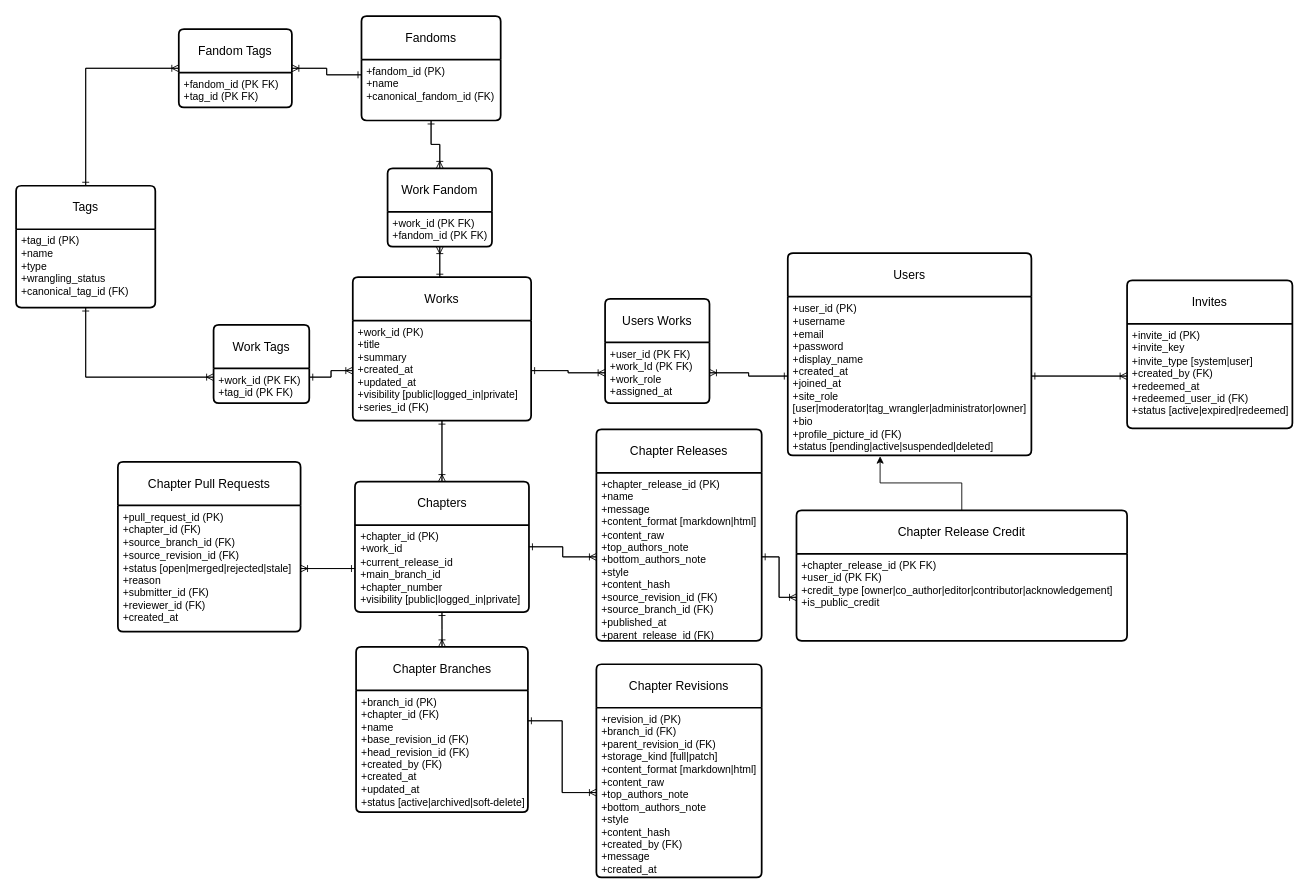
This is docs/Fick ERD.drawio from Metacreatives/Fick, a draw.io file, before an edit. Source tidied: cells renumbered, new cells numbered last; positions are measured from the earlier drawing's top-left corner, leaving out a move shared by most shapes. Both pictures are drawn from the tidied source at 87%, with x=0, y=0 at pixel (16, 16).
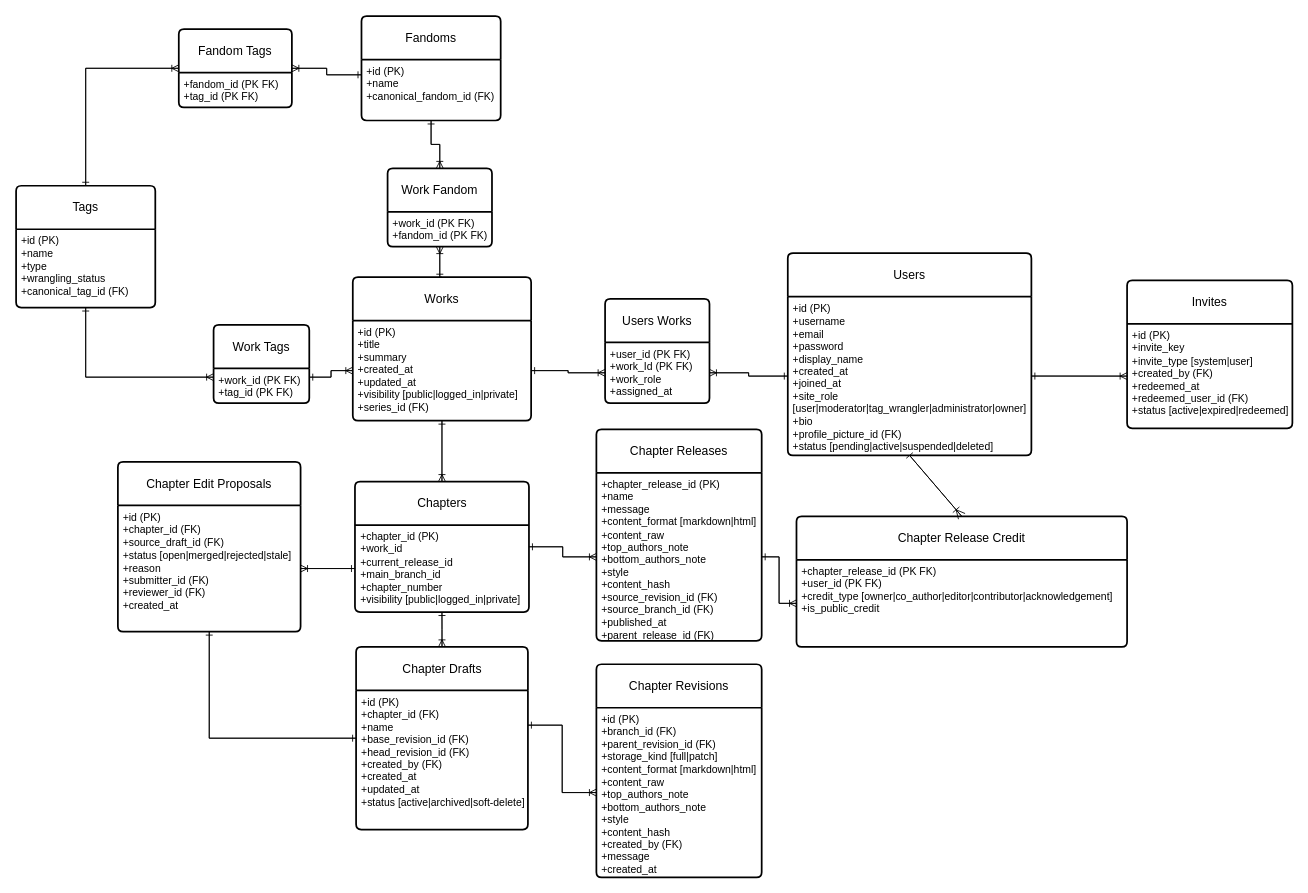
After the change.

The change refers to these unchanged cells:
```xml
<mxCell id="2" value="Users" style="swimlane;horizontal=1;startSize=50;rounded=1;fontSize=14;fontStyle=0;strokeWidth=2;shadow=0;dashed=0;align=center;arcSize=4;whiteSpace=wrap;html=1;" parent="1" vertex="1">
  <mxGeometry x="887" y="272.5" width="280" height="232.5" as="geometry" />
</mxCell>
<mxCell id="4" value="Invites" style="swimlane;horizontal=1;startSize=50;rounded=1;fontSize=14;fontStyle=0;strokeWidth=2;shadow=0;dashed=0;align=center;arcSize=4;whiteSpace=wrap;html=1;" parent="1" vertex="1">
  <mxGeometry x="1277" y="303.8" width="190" height="170" as="geometry" />
</mxCell>
<mxCell id="9" value="Works" style="swimlane;horizontal=1;startSize=50;rounded=1;fontSize=14;fontStyle=0;strokeWidth=2;shadow=0;dashed=0;align=center;arcSize=4;whiteSpace=wrap;html=1;" parent="1" vertex="1">
  <mxGeometry x="387" y="300" width="205" height="165" as="geometry" />
</mxCell>
<mxCell id="25" value="Chapter Revisions" style="swimlane;horizontal=1;startSize=50;rounded=1;fontSize=14;fontStyle=0;strokeWidth=2;shadow=0;dashed=0;align=center;arcSize=4;whiteSpace=wrap;html=1;" parent="1" vertex="1">
  <mxGeometry x="667" y="745" width="190" height="245" as="geometry" />
</mxCell>
<mxCell id="47" value="Tags" style="swimlane;horizontal=1;startSize=50;rounded=1;fontSize=14;fontStyle=0;strokeWidth=2;shadow=0;dashed=0;align=center;arcSize=4;whiteSpace=wrap;html=1;" parent="1" vertex="1">
  <mxGeometry y="195" width="160" height="140" as="geometry" />
</mxCell>
<mxCell id="49" value="Fandoms" style="swimlane;horizontal=1;startSize=50;rounded=1;fontSize=14;fontStyle=0;strokeWidth=2;shadow=0;dashed=0;align=center;arcSize=4;whiteSpace=wrap;html=1;" parent="1" vertex="1">
  <mxGeometry x="397" width="160" height="120" as="geometry" />
</mxCell>
```

What changed in the source:
```diff
@@
-    <mxCell id="3" value="+user_id (PK)&lt;br&gt;+username&lt;div&gt;+email&lt;/div&gt;&lt;div&gt;+password&lt;br&gt;+display_name&lt;/div&gt;&lt;div&gt;+created_at&lt;/div&gt;&lt;div&gt;+joined_at&lt;br&gt;+site_role [user|moderator|tag_wrangler|administrator|owner]&lt;br&gt;+bio&lt;br&gt;+profile_picture_id (FK)&lt;br&gt;+status [pending|active|suspended|deleted]&lt;/div&gt;" style="align=left;strokeColor=none;fillColor=none;spacingLeft=4;spacingRight=4;fontSize=12;verticalAlign=top;html=1;whiteSpace=wrap;" parent="2" vertex="1">
+    <mxCell id="3" value="+id (PK)&lt;br&gt;+username&lt;div&gt;+email&lt;/div&gt;&lt;div&gt;+password&lt;br&gt;+display_name&lt;/div&gt;&lt;div&gt;+created_at&lt;/div&gt;&lt;div&gt;+joined_at&lt;br&gt;+site_role [user|moderator|tag_wrangler|administrator|owner]&lt;br&gt;+bio&lt;br&gt;+profile_picture_id (FK)&lt;br&gt;+status [pending|active|suspended|deleted]&lt;/div&gt;" style="align=left;strokeColor=none;fillColor=none;spacingLeft=4;spacingRight=4;fontSize=12;verticalAlign=top;html=1;whiteSpace=wrap;" parent="2" vertex="1">
       <mxGeometry y="50" width="280" height="182.5" as="geometry" />
     </mxCell>
@@
-    <mxCell id="5" value="+invite_id (PK)&lt;br&gt;+invite_key&lt;br&gt;+invite_type [system|user]&lt;br&gt;+created_by (FK)&lt;div&gt;+redeemed_at&lt;br&gt;+redeemed_user_id (FK)&lt;/div&gt;&lt;div&gt;+status [active|expired|redeemed]&lt;/div&gt;" style="align=left;strokeColor=none;fillColor=none;spacingLeft=4;spacingRight=4;fontSize=12;verticalAlign=top;html=1;whiteSpace=wrap;" parent="4" vertex="1">
+    <mxCell id="5" value="+id (PK)&lt;br&gt;+invite_key&lt;br&gt;+invite_type [system|user]&lt;br&gt;+created_by (FK)&lt;div&gt;+redeemed_at&lt;br&gt;+redeemed_user_id (FK)&lt;/div&gt;&lt;div&gt;+status [active|expired|redeemed]&lt;/div&gt;" style="align=left;strokeColor=none;fillColor=none;spacingLeft=4;spacingRight=4;fontSize=12;verticalAlign=top;html=1;whiteSpace=wrap;" parent="4" vertex="1">
       <mxGeometry y="50" width="190" height="120" as="geometry" />
     </mxCell>
@@
-    <mxCell id="10" value="+work_id (PK)&lt;div&gt;+title&lt;br&gt;+summary&lt;br&gt;+created_at&lt;br&gt;+updated_at&lt;br&gt;+visibility [public|logged_in|private]&lt;br&gt;+series_id (FK)&lt;br&gt;&lt;br&gt;&lt;br&gt;&lt;/div&gt;" style="align=left;strokeColor=none;fillColor=none;spacingLeft=4;spacingRight=4;fontSize=12;verticalAlign=top;html=1;whiteSpace=wrap;" parent="9" vertex="1">
+    <mxCell id="10" value="+&lt;span style=&quot;background-color: transparent; color: light-dark(rgb(0, 0, 0), rgb(255, 255, 255));&quot;&gt;id (PK)&lt;/span&gt;&lt;div&gt;&lt;div&gt;+title&lt;br&gt;+summary&lt;br&gt;+created_at&lt;br&gt;+updated_at&lt;br&gt;+visibility [public|logged_in|private]&lt;br&gt;+series_id (FK)&lt;br&gt;&lt;br&gt;&lt;br&gt;&lt;/div&gt;&lt;/div&gt;" style="align=left;strokeColor=none;fillColor=none;spacingLeft=4;spacingRight=4;fontSize=12;verticalAlign=top;html=1;whiteSpace=wrap;" parent="9" vertex="1">
       <mxGeometry y="50" width="205" height="115" as="geometry" />
     </mxCell>
@@
+    <mxCell id="63" style="edgeStyle=orthogonalEdgeStyle;rounded=0;jettySize=auto;html=1;exitX=0;exitY=0.5;exitDx=0;exitDy=0;entryX=0.5;entryY=1;entryDx=0;entryDy=0;endArrow=ERone;endFill=0;" parent="1" edge="1" source="23" target="30">
+      <mxGeometry relative="1" as="geometry" />
+    </mxCell>
-    <mxCell id="23" value="Chapter Branches" style="swimlane;horizontal=1;startSize=50;rounded=1;fontSize=14;fontStyle=0;strokeWidth=2;shadow=0;dashed=0;align=center;arcSize=4;whiteSpace=wrap;html=1;" parent="1" vertex="1">
-      <mxGeometry x="390.8" y="725" width="197.5" height="190" as="geometry" />
+    <mxCell id="23" value="Chapter Drafts" style="swimlane;horizontal=1;startSize=50;rounded=1;fontSize=14;fontStyle=0;strokeWidth=2;shadow=0;dashed=0;align=center;arcSize=4;whiteSpace=wrap;html=1;" parent="1" vertex="1">
+      <mxGeometry x="390.8" y="725" width="197.5" height="210" as="geometry" />
     </mxCell>
-    <mxCell id="24" value="+branch_id (PK)&lt;br&gt;+chapter_id (FK)&lt;br&gt;+name&lt;br&gt;+base_revision_id (FK)&lt;br&gt;+head_revision_id (FK)&lt;br&gt;&lt;div&gt;+created_by (FK)&lt;br&gt;+created_at&lt;br&gt;+updated_at&lt;br&gt;+status [active|archived|soft-delete]&lt;/div&gt;" style="align=left;strokeColor=none;fillColor=none;spacingLeft=4;spacingRight=4;fontSize=12;verticalAlign=top;html=1;whiteSpace=wrap;" parent="23" vertex="1">
-      <mxGeometry y="50" width="197.5" height="140" as="geometry" />
+    <mxCell id="24" value="+id (PK)&lt;br&gt;+chapter_id (FK)&lt;br&gt;+name&lt;br&gt;+base_revision_id (FK)&lt;br&gt;+head_revision_id (FK)&lt;br&gt;&lt;div&gt;+created_by (FK)&lt;br&gt;+created_at&lt;br&gt;+updated_at&lt;br&gt;+status [active|archived|soft-delete]&lt;/div&gt;" style="align=left;strokeColor=none;fillColor=none;spacingLeft=4;spacingRight=4;fontSize=12;verticalAlign=top;html=1;whiteSpace=wrap;" parent="23" vertex="1">
+      <mxGeometry y="50" width="197.5" height="160" as="geometry" />
     </mxCell>
@@
-    <mxCell id="26" value="+revision_id (PK)&lt;br&gt;+branch_id (FK)&lt;br&gt;+parent_revision_id (FK)&lt;br&gt;+storage_kind [full|patch]&lt;div&gt;&lt;div&gt;+content_format [markdown|html]&lt;/div&gt;&lt;div&gt;&lt;span style=&quot;background-color: transparent; color: light-dark(rgb(0, 0, 0), rgb(255, 255, 255));&quot;&gt;+content_raw&lt;/span&gt;&lt;/div&gt;&lt;div&gt;&lt;div&gt;+top_authors_note&lt;br&gt;+bottom_authors_note&lt;br&gt;+style&lt;br&gt;+content_hash&lt;br&gt;+created_by (FK)&lt;br&gt;+message&lt;br&gt;+created_at&lt;/div&gt;&lt;/div&gt;&lt;/div&gt;" style="align=left;strokeColor=none;fillColor=none;spacingLeft=4;spacingRight=4;fontSize=12;verticalAlign=top;html=1;whiteSpace=wrap;" parent="25" vertex="1">
+    <mxCell id="26" value="+id (PK)&lt;br&gt;+branch_id (FK)&lt;br&gt;+parent_revision_id (FK)&lt;br&gt;+storage_kind [full|patch]&lt;div&gt;&lt;div&gt;+content_format [markdown|html]&lt;/div&gt;&lt;div&gt;&lt;span style=&quot;background-color: transparent; color: light-dark(rgb(0, 0, 0), rgb(255, 255, 255));&quot;&gt;+content_raw&lt;/span&gt;&lt;/div&gt;&lt;div&gt;&lt;div&gt;+top_authors_note&lt;br&gt;+bottom_authors_note&lt;br&gt;+style&lt;br&gt;+content_hash&lt;br&gt;+created_by (FK)&lt;br&gt;+message&lt;br&gt;+created_at&lt;/div&gt;&lt;/div&gt;&lt;/div&gt;" style="align=left;strokeColor=none;fillColor=none;spacingLeft=4;spacingRight=4;fontSize=12;verticalAlign=top;html=1;whiteSpace=wrap;" parent="25" vertex="1">
       <mxGeometry y="50" width="190" height="195" as="geometry" />
     </mxCell>
@@
+    <mxCell id="64" style="edgeStyle=orthogonalEdgeStyle;rounded=0;jettySize=auto;html=1;exitX=0.5;exitY=1;exitDx=0;exitDy=0;entryX=0;entryY=0.5;entryDx=0;entryDy=0;endArrow=ERone;endFill=0;" parent="1" edge="1" source="30" target="23">
+      <mxGeometry relative="1" as="geometry" />
+    </mxCell>
-    <mxCell id="30" value="Chapter Pull Requests" style="swimlane;horizontal=1;startSize=50;rounded=1;fontSize=14;fontStyle=0;strokeWidth=2;shadow=0;dashed=0;align=center;arcSize=4;whiteSpace=wrap;html=1;" parent="1" vertex="1">
+    <mxCell id="30" value="Chapter Edit Proposals" style="swimlane;horizontal=1;startSize=50;rounded=1;fontSize=14;fontStyle=0;strokeWidth=2;shadow=0;dashed=0;align=center;arcSize=4;whiteSpace=wrap;html=1;" parent="1" vertex="1">
       <mxGeometry x="117" y="512.5" width="210" height="195" as="geometry" />
     </mxCell>
-    <mxCell id="31" value="+pull_request_id (PK)&lt;br&gt;+chapter_id (FK)&lt;br&gt;+source_branch_id (FK)&lt;br&gt;+source_revision_id (FK)&lt;div&gt;+status [open|merged|rejected|stale]&lt;br&gt;+reason&lt;br&gt;+submitter_id (FK)&lt;br&gt;+reviewer_id (FK)&lt;/div&gt;&lt;div&gt;+created_at&lt;br&gt;&lt;/div&gt;" style="align=left;strokeColor=none;fillColor=none;spacingLeft=4;spacingRight=4;fontSize=12;verticalAlign=top;html=1;whiteSpace=wrap;" parent="30" vertex="1">
+    <mxCell id="31" value="+id (PK)&lt;br&gt;+chapter_id (FK)&lt;br&gt;+source_draft_id (FK)&lt;br&gt;&lt;div&gt;+status [open|merged|rejected|stale]&lt;br&gt;+reason&lt;br&gt;+submitter_id (FK)&lt;br&gt;+reviewer_id (FK)&lt;/div&gt;&lt;div&gt;+created_at&lt;br&gt;&lt;/div&gt;" style="align=left;strokeColor=none;fillColor=none;spacingLeft=4;spacingRight=4;fontSize=12;verticalAlign=top;html=1;whiteSpace=wrap;" parent="30" vertex="1">
       <mxGeometry y="50" width="210" height="145" as="geometry" />
     </mxCell>
@@
+    <mxCell id="41" style="edgeStyle=none;curved=1;rounded=0;jettySize=auto;html=1;exitX=0.5;exitY=0;exitDx=0;exitDy=0;entryX=0.5;entryY=1;entryDx=0;entryDy=0;fontSize=12;startSize=8;endSize=8;endArrow=baseDash;endFill=0;" parent="1" edge="1" source="37" target="3">
+      <mxGeometry relative="1" as="geometry" />
+    </mxCell>
     <mxCell id="37" value="Chapter Release Credit" style="swimlane;horizontal=1;startSize=50;rounded=1;fontSize=14;fontStyle=0;strokeWidth=2;shadow=0;dashed=0;align=center;arcSize=4;whiteSpace=wrap;html=1;" parent="1" vertex="1">
-      <mxGeometry x="897" y="568.1" width="380" height="150" as="geometry" />
+      <mxGeometry x="897" y="575" width="380" height="150" as="geometry" />
     </mxCell>
@@
-    <mxCell id="41" style="edgeStyle=orthogonalEdgeStyle;rounded=0;jettySize=auto;html=1;exitX=0.5;exitY=0;exitDx=0;exitDy=0;entryX=0.379;entryY=1.005;entryDx=0;entryDy=0;entryPerimeter=0;" parent="1" edge="1" source="37" target="3">
-      <mxGeometry relative="1" as="geometry" />
-    </mxCell>
@@
-    <mxCell id="48" value="+tag_id (PK)&lt;br&gt;+name&lt;br&gt;+type&lt;br&gt;+wrangling_status&lt;br&gt;+canonical_tag_id (FK)" style="align=left;strokeColor=none;fillColor=none;spacingLeft=4;spacingRight=4;fontSize=12;verticalAlign=top;html=1;whiteSpace=wrap;" parent="47" vertex="1">
+    <mxCell id="48" value="+&lt;span style=&quot;background-color: transparent; color: light-dark(rgb(0, 0, 0), rgb(255, 255, 255));&quot;&gt;id (PK)&lt;/span&gt;&lt;div&gt;+name&lt;br&gt;+type&lt;br&gt;+wrangling_status&lt;br&gt;+canonical_tag_id (FK)&lt;/div&gt;" style="align=left;strokeColor=none;fillColor=none;spacingLeft=4;spacingRight=4;fontSize=12;verticalAlign=top;html=1;whiteSpace=wrap;" parent="47" vertex="1">
       <mxGeometry y="50" width="160" height="90" as="geometry" />
     </mxCell>
@@
-    <mxCell id="50" value="+fandom_id (PK)&lt;br&gt;+name&lt;br&gt;+canonical_fandom_id (FK)" style="align=left;strokeColor=none;fillColor=none;spacingLeft=4;spacingRight=4;fontSize=12;verticalAlign=top;html=1;whiteSpace=wrap;" parent="49" vertex="1">
+    <mxCell id="50" value="+&lt;span style=&quot;background-color: transparent; color: light-dark(rgb(0, 0, 0), rgb(255, 255, 255));&quot;&gt;id (PK)&lt;/span&gt;&lt;div&gt;+name&lt;br&gt;+canonical_fandom_id (FK)&lt;/div&gt;" style="align=left;strokeColor=none;fillColor=none;spacingLeft=4;spacingRight=4;fontSize=12;verticalAlign=top;html=1;whiteSpace=wrap;" parent="49" vertex="1">
       <mxGeometry y="50" width="160" height="70" as="geometry" />
     </mxCell>
@@
+    <mxCell id="65" style="edgeStyle=none;curved=1;rounded=0;jettySize=auto;html=1;exitX=0.5;exitY=1;exitDx=0;exitDy=0;entryX=0.5;entryY=0;entryDx=0;entryDy=0;fontSize=12;startSize=8;endSize=8;endArrow=ERoneToMany;endFill=0;strokeColor=default;" parent="1" edge="1" source="3" target="37">
+      <mxGeometry relative="1" as="geometry" />
+    </mxCell>
```
